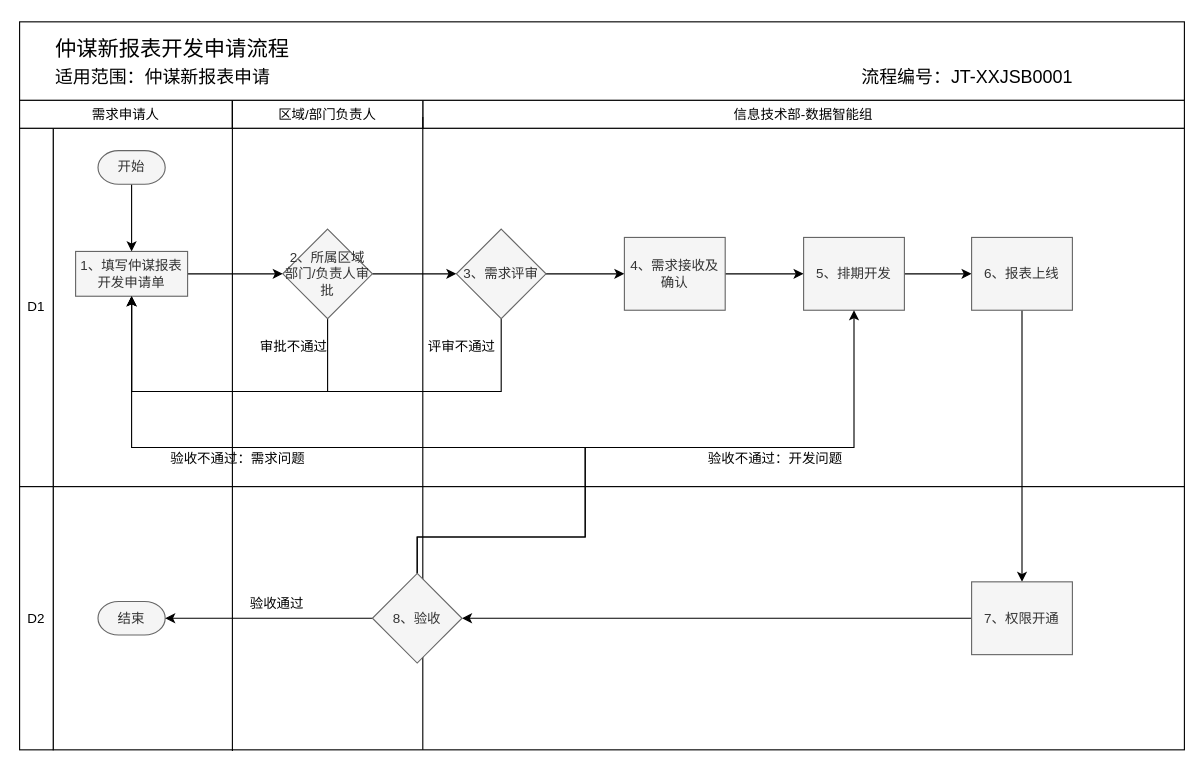
Above: page "新报表开发需求申请流程" (1 of 3) of pet_data_warehouse/内控流程.drawio in fangzheng0518/draw (draw.io), before the change. Source tidied: cells renumbered, new cells numbered last; positions are measured from the earlier drawing's top-left corner, leaving out a move shared by most shapes. Both pictures are drawn from the tidied source at 112%, with x=0, y=0 at pixel (19, 21).
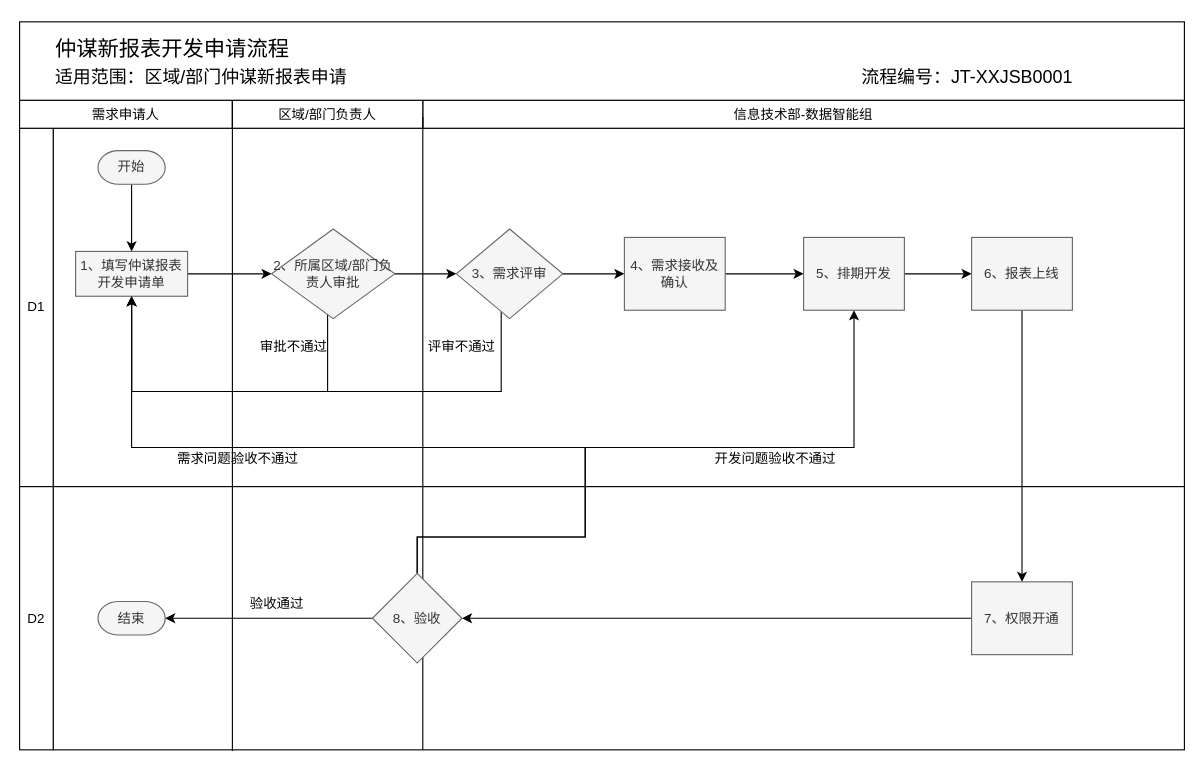
Above is the later version.

Commit message:
更新内控流程.drawio

Unchanged cells that the change refers to:
```xml
<mxCell id="33" style="group;" parent="32" vertex="1">
  <mxGeometry width="1040" height="70" as="geometry" />
</mxCell>
```

The edit, as a diff of the source:
```diff
@@
-    <mxCell id="15" value="2、所属区域部门/负责人审批" style="rhombus;whiteSpace=wrap;html=1;strokeColor=#666666;strokeWidth=1;fillColor=#f5f5f5;fontColor=#333333;" parent="1" vertex="1">
-      <mxGeometry x="235" y="185" width="80" height="80" as="geometry" />
+    <mxCell id="15" value="2、所属区域/部门负责人审批" style="rhombus;whiteSpace=wrap;html=1;strokeColor=#666666;strokeWidth=1;fillColor=#f5f5f5;fontColor=#333333;" parent="1" vertex="1">
+      <mxGeometry x="225" y="185" width="110" height="80" as="geometry" />
     </mxCell>
@@
     <mxCell id="23" value="3、需求评审" style="rhombus;whiteSpace=wrap;html=1;strokeColor=#666666;strokeWidth=1;fillColor=#f5f5f5;fontColor=#333333;" parent="1" vertex="1">
-      <mxGeometry x="390" y="185" width="80" height="80" as="geometry" />
+      <mxGeometry x="390" y="185" width="95" height="80" as="geometry" />
     </mxCell>
@@
-    <mxCell id="36" value="&lt;p class=&quot;MsoNormal&quot; style=&quot;margin-bottom: 8pt ; line-height: 15.6933px ; font-family: &amp;#34;calibri&amp;#34;&quot;&gt;&lt;span style=&quot;font-size: 16px&quot;&gt;适用范围：仲谋新报表申请&lt;/span&gt;&lt;/p&gt;" style="text;html=1;strokeColor=none;fillColor=none;align=left;verticalAlign=middle;whiteSpace=wrap;rounded=0;" parent="33" vertex="1">
-      <mxGeometry x="30" y="40" width="220" height="20" as="geometry" />
+    <mxCell id="36" value="&lt;p class=&quot;MsoNormal&quot; style=&quot;margin-bottom: 8pt ; line-height: 15.6933px ; font-family: &amp;#34;calibri&amp;#34;&quot;&gt;&lt;span style=&quot;font-size: 16px&quot;&gt;适用范围：区域/部门仲谋新报表申请&lt;/span&gt;&lt;/p&gt;" style="text;html=1;strokeColor=none;fillColor=none;align=left;verticalAlign=middle;whiteSpace=wrap;rounded=0;" parent="33" vertex="1">
+      <mxGeometry x="30" y="40" width="270" height="20" as="geometry" />
     </mxCell>
@@
-    <mxCell id="42" value="验收不通过：开发问题" style="text;html=1;strokeColor=none;fillColor=none;align=center;verticalAlign=middle;whiteSpace=wrap;rounded=0;" parent="1" vertex="1">
+    <mxCell id="42" value="开发问题验收不通过" style="text;html=1;strokeColor=none;fillColor=none;align=center;verticalAlign=middle;whiteSpace=wrap;rounded=0;" parent="1" vertex="1">
       <mxGeometry x="605" y="380" width="140" height="20" as="geometry" />
     </mxCell>
@@
-    <mxCell id="44" value="验收不通过：需求问题" style="text;html=1;strokeColor=none;fillColor=none;align=center;verticalAlign=middle;whiteSpace=wrap;rounded=0;" parent="1" vertex="1">
+    <mxCell id="44" value="需求问题验收不通过" style="text;html=1;strokeColor=none;fillColor=none;align=center;verticalAlign=middle;whiteSpace=wrap;rounded=0;" parent="1" vertex="1">
       <mxGeometry x="125" y="380" width="140" height="20" as="geometry" />
     </mxCell>
```
